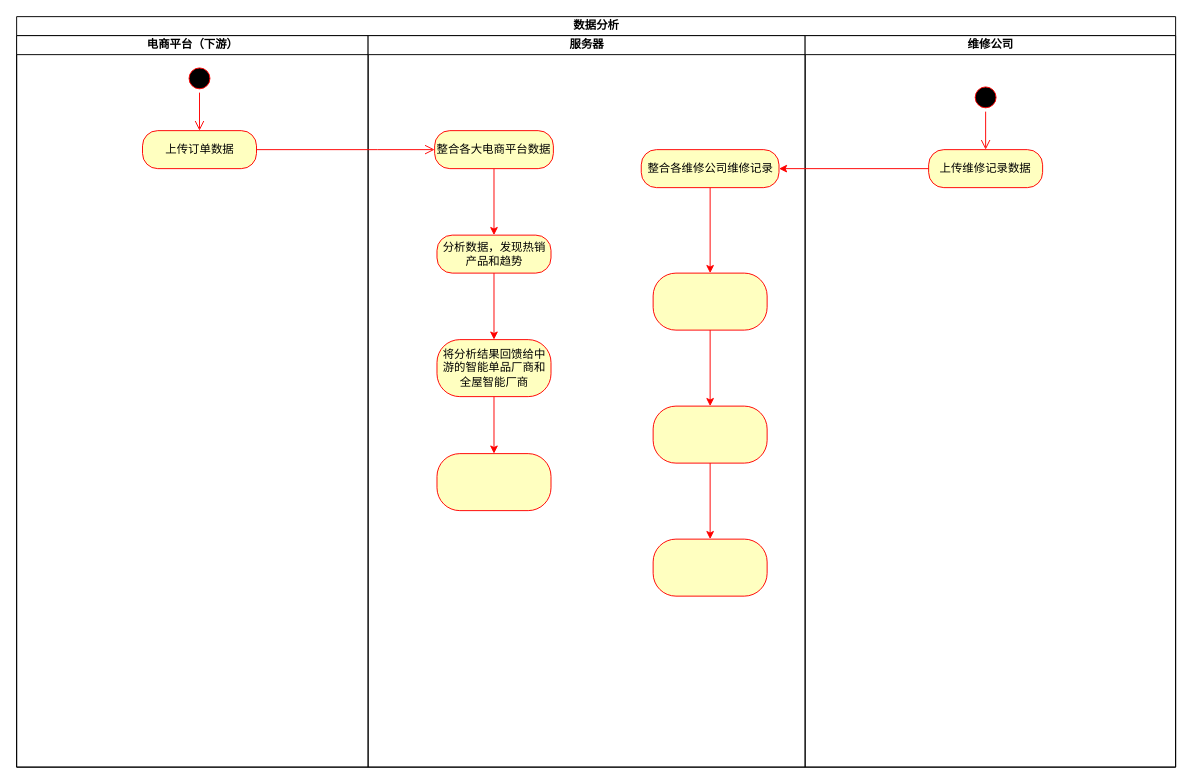
The draw.io diagram 数据分析活动图.drawio in 2919282119/charts, before the edit. Source tidied: cells renumbered, new cells numbered last; positions are measured from the earlier drawing's top-left corner, leaving out a move shared by most shapes. Both pictures are drawn from the tidied source at 95%, with x=0, y=0 at pixel (16, 16).
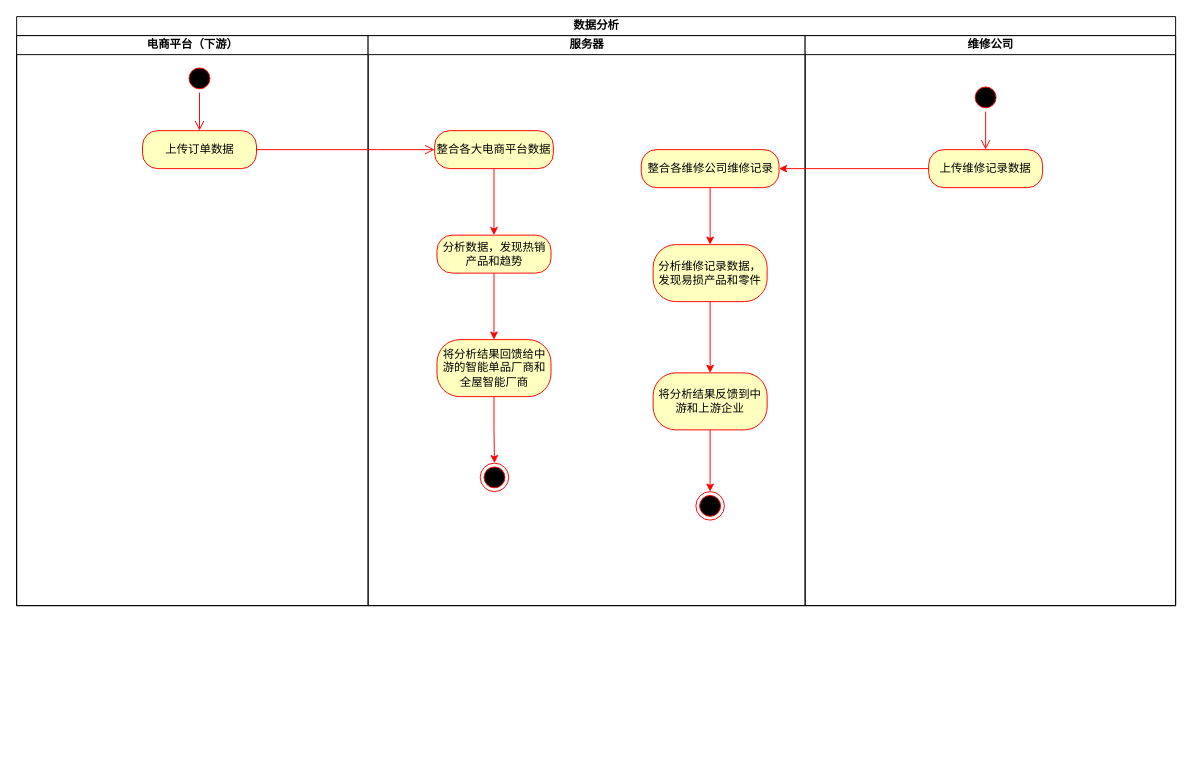
After the change.

Commit message:
更新数据分析活动图.drawio

The change refers to these unchanged cells:
```xml
<mxCell id="19" value="将分析结果回馈给中游的智能单品厂商和全屋智能厂商" style="whiteSpace=wrap;html=1;fillColor=#ffffc0;strokeColor=#ff0000;fontColor=#000000;rounded=1;arcSize=40;" parent="7" vertex="1">
  <mxGeometry x="72.5" y="320" width="120" height="60" as="geometry" />
</mxCell>
```

What changed in the source:
```diff
@@
     <mxCell id="2" value="数据分析" style="swimlane;startSize=20;html=1;" parent="1" vertex="1">
-      <mxGeometry width="1220" height="790" as="geometry" />
+      <mxGeometry width="1220" height="620" as="geometry" />
     </mxCell>
     <mxCell id="3" value="电商平台（下游）" style="swimlane;startSize=20;html=1;" parent="2" vertex="1">
-      <mxGeometry y="20" width="370" height="770" as="geometry" />
+      <mxGeometry y="20" width="370" height="600" as="geometry" />
     </mxCell>
@@
     <mxCell id="7" value="服务器" style="swimlane;startSize=20;html=1;" parent="2" vertex="1">
-      <mxGeometry x="370" y="20" width="460" height="770" as="geometry" />
+      <mxGeometry x="370" y="20" width="460" height="600" as="geometry" />
     </mxCell>
@@
-    <mxCell id="13" style="whiteSpace=wrap;html=1;fillColor=#ffffc0;strokeColor=#ff0000;fontColor=#000000;rounded=1;arcSize=40;" parent="7" vertex="1">
-      <mxGeometry x="300" y="250" width="120" height="60" as="geometry" />
+    <mxCell id="13" value="分析维修记录数据，发现易损产品和零件" style="whiteSpace=wrap;html=1;fillColor=#ffffc0;strokeColor=#ff0000;fontColor=#000000;rounded=1;arcSize=40;" parent="7" vertex="1">
+      <mxGeometry x="300" y="220" width="120" height="60" as="geometry" />
     </mxCell>
-    <mxCell id="14" style="edgeStyle=orthogonalEdgeStyle;rounded=0;jettySize=auto;html=1;strokeColor=#FF0000;" parent="7" edge="1" source="15" target="21">
+    <mxCell id="14" style="edgeStyle=orthogonalEdgeStyle;rounded=0;jettySize=auto;html=1;strokeColor=#FF0000;entryX=0.5;entryY=0;entryDx=0;entryDy=0;" parent="7" edge="1" source="15" target="29">
       <mxGeometry relative="1" as="geometry" />
     </mxCell>
-    <mxCell id="15" style="whiteSpace=wrap;html=1;fillColor=#ffffc0;strokeColor=#ff0000;fontColor=#000000;rounded=1;arcSize=40;" parent="7" vertex="1">
-      <mxGeometry x="300" y="390" width="120" height="60" as="geometry" />
+    <mxCell id="15" value="将分析结果反馈到中游和上游企业" style="whiteSpace=wrap;html=1;fillColor=#ffffc0;strokeColor=#ff0000;fontColor=#000000;rounded=1;arcSize=40;" parent="7" vertex="1">
+      <mxGeometry x="300" y="355" width="120" height="60" as="geometry" />
     </mxCell>
@@
-    <mxCell id="18" style="edgeStyle=orthogonalEdgeStyle;rounded=0;jettySize=auto;html=1;strokeColor=#FF0000;" parent="7" edge="1" source="19" target="20">
+    <mxCell id="18" style="edgeStyle=orthogonalEdgeStyle;rounded=0;jettySize=auto;html=1;strokeColor=#FF0000;entryX=0.5;entryY=0;entryDx=0;entryDy=0;" parent="7" edge="1" source="19" target="28">
       <mxGeometry relative="1" as="geometry" />
     </mxCell>
@@
-    <mxCell id="20" style="whiteSpace=wrap;html=1;fillColor=#ffffc0;strokeColor=#ff0000;fontColor=#000000;rounded=1;arcSize=40;" parent="7" vertex="1">
-      <mxGeometry x="72.5" y="440" width="120" height="60" as="geometry" />
-    </mxCell>
-    <mxCell id="21" style="whiteSpace=wrap;html=1;fillColor=#ffffc0;strokeColor=#ff0000;fontColor=#000000;rounded=1;arcSize=40;" parent="7" vertex="1">
-      <mxGeometry x="300" y="530" width="120" height="60" as="geometry" />
-    </mxCell>
+    <mxCell id="28" style="ellipse;html=1;shape=endState;fillColor=#000000;strokeColor=#ff0000;" parent="7" vertex="1">
+      <mxGeometry x="118" y="450" width="30" height="30" as="geometry" />
+    </mxCell>
+    <mxCell id="29" style="ellipse;html=1;shape=endState;fillColor=#000000;strokeColor=#ff0000;" parent="7" vertex="1">
+      <mxGeometry x="345" y="480" width="30" height="30" as="geometry" />
+    </mxCell>
     <mxCell id="22" value="维修公司" style="swimlane;startSize=20;html=1;" parent="2" vertex="1">
-      <mxGeometry x="830" y="20" width="390" height="770" as="geometry" />
+      <mxGeometry x="830" y="20" width="390" height="600" as="geometry" />
     </mxCell>
```
